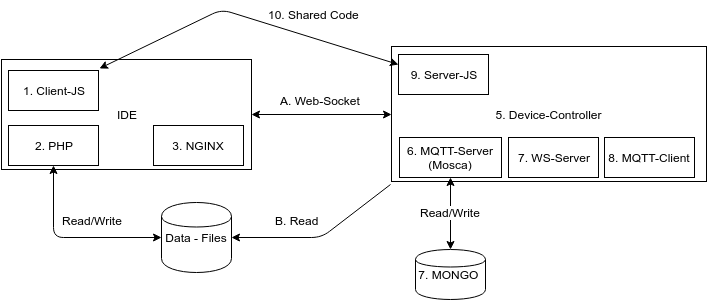
Earlier version of the draw.io export misc/overview_code.png (viktor-evdokimov/net-commander). Source tidied: cells renumbered, new cells last; positions are measured from the earlier drawing's top-left corner, leaving out a move shared by most shapes.
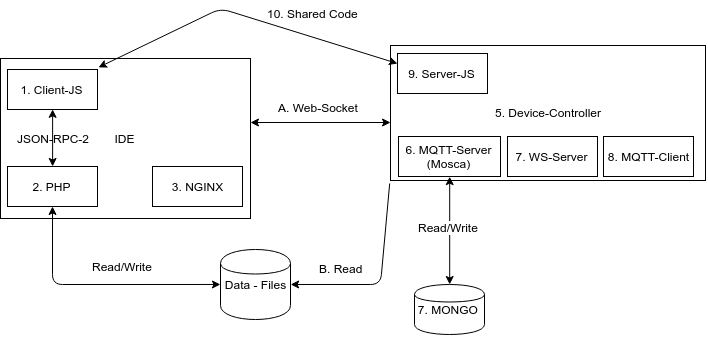
After the change.

Diff of the diagram source:
```diff
@@ -3,16 +3,16 @@
     <mxCell id="0" />
     <mxCell id="1" parent="0" />
     <mxCell id="2" value="IDE" style="whiteSpace=wrap;html=1;" parent="1" vertex="1">
-      <mxGeometry y="50" width="250" height="110" as="geometry" />
+      <mxGeometry y="50" width="250" height="160" as="geometry" />
     </mxCell>
     <mxCell id="3" value="2. PHP" style="whiteSpace=wrap;html=1;" parent="1" vertex="1">
-      <mxGeometry x="7" y="116" width="90" height="40" as="geometry" />
+      <mxGeometry x="7" y="158" width="90" height="40" as="geometry" />
     </mxCell>
     <mxCell id="4" value="3. NGINX" style="whiteSpace=wrap;html=1;" parent="1" vertex="1">
-      <mxGeometry x="152" y="116" width="90" height="40" as="geometry" />
+      <mxGeometry x="152" y="158" width="90" height="40" as="geometry" />
     </mxCell>
     <mxCell id="5" value="7. MONGO&amp;nbsp;" style="shape=cylinder;whiteSpace=wrap;html=1;" parent="1" vertex="1">
-      <mxGeometry x="414" y="240" width="70" height="50" as="geometry" />
+      <mxGeometry x="414" y="276" width="70" height="50" as="geometry" />
     </mxCell>
     <mxCell id="6" value="5. Device-Controller" style="whiteSpace=wrap;html=1;" parent="1" vertex="1">
       <mxGeometry x="390" y="37" width="315" height="135" as="geometry" />
@@ -26,8 +26,11 @@
     <mxCell id="9" value="1. Client-JS" style="whiteSpace=wrap;html=1;" parent="1" vertex="1">
       <mxGeometry x="7" y="61" width="90" height="40" as="geometry" />
     </mxCell>
-    <mxCell id="10" style="endArrow=classic;startArrow=classic;html=1;exitX=1;exitY=0.5;entryX=0;entryY=0.5;" parent="1" edge="1" source="2" target="6">
-      <mxGeometry relative="1" as="geometry" />
+    <mxCell id="10" style="endArrow=classic;startArrow=classic;html=1;" parent="1" edge="1">
+      <mxGeometry relative="1" as="geometry">
+        <mxPoint x="250" y="114" as="sourcePoint" />
+        <mxPoint x="390" y="114" as="targetPoint" />
+      </mxGeometry>
     </mxCell>
     <mxCell id="11" value="A. Web-Socket" style="text;html=1;align=center;verticalAlign=middle;labelBackgroundColor=#ffffff;" parent="10" vertex="1">
       <mxGeometry x="-0.12" y="-3" relative="1" as="geometry">
@@ -44,12 +47,12 @@
       <mxGeometry x="0.06" y="1" relative="1" as="geometry" />
     </mxCell>
     <mxCell id="15" value="Data - Files" style="shape=cylinder;whiteSpace=wrap;html=1;" parent="1" vertex="1">
-      <mxGeometry x="160" y="193" width="70" height="70" as="geometry" />
+      <mxGeometry x="220" y="241" width="70" height="70" as="geometry" />
     </mxCell>
     <mxCell id="16" style="endArrow=classic;startArrow=classic;html=1;exitX=0;exitY=0.5;" parent="1" edge="1" source="15" target="3">
       <mxGeometry relative="1" as="geometry">
         <Array as="points">
-          <mxPoint x="52" y="228" />
+          <mxPoint x="52" y="276" />
         </Array>
       </mxGeometry>
     </mxCell>
@@ -61,13 +64,13 @@
     <mxCell id="18" style="endArrow=classic;html=1;exitX=-0.003;exitY=1.021;exitPerimeter=0;entryX=1;entryY=0.5;" parent="1" edge="1" source="6" target="15">
       <mxGeometry relative="1" as="geometry">
         <Array as="points">
-          <mxPoint x="320" y="228" />
+          <mxPoint x="380" y="276" />
         </Array>
       </mxGeometry>
     </mxCell>
     <mxCell id="19" value="B. Read" style="text;html=1;align=center;verticalAlign=middle;labelBackgroundColor=#ffffff;" parent="18" vertex="1">
       <mxGeometry x="0.27" y="2" relative="1" as="geometry">
-        <mxPoint y="-20" as="offset" />
+        <mxPoint x="-20" y="-18" as="offset" />
       </mxGeometry>
     </mxCell>
     <mxCell id="20" value="9. Server-JS" style="whiteSpace=wrap;html=1;" parent="1" vertex="1">
@@ -85,5 +88,11 @@
         <mxPoint x="102" y="-28" as="offset" />
       </mxGeometry>
     </mxCell>
+    <mxCell id="23" style="endArrow=classic;startArrow=classic;html=1;entryX=0.5;entryY=1;exitX=0.5;exitY=0;" parent="1" edge="1" source="3" target="9">
+      <mxGeometry relative="1" as="geometry" />
+    </mxCell>
+    <mxCell id="24" value="JSON-RPC-2" style="text;html=1;strokeColor=none;fillColor=none;align=center;verticalAlign=middle;whiteSpace=wrap;overflow=hidden;" parent="1" vertex="1">
+      <mxGeometry x="10" y="120" width="83" height="20" as="geometry" />
+    </mxCell>
   </root>
 </mxGraphModel>
```
